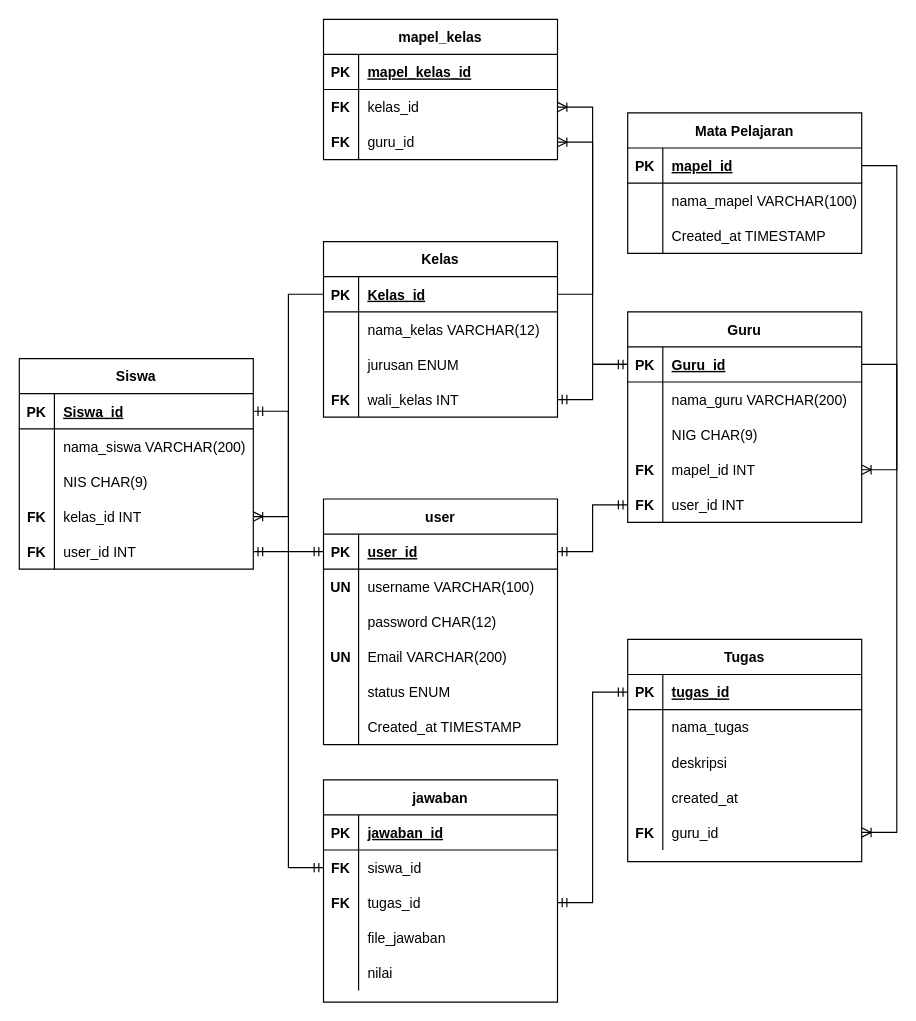
DzakiyDzakwan/Tugas-Besar-Promweb keeps this draw.io diagram as Database/proyek1dbdesign.drawio. Above is the earlier version. Source tidied: cells renumbered, new cells numbered last; positions are measured from the earlier drawing's top-left corner, leaving out a move shared by most shapes. Both pictures are drawn from the tidied source at 117%, with x=0, y=0 at pixel (19, 19).
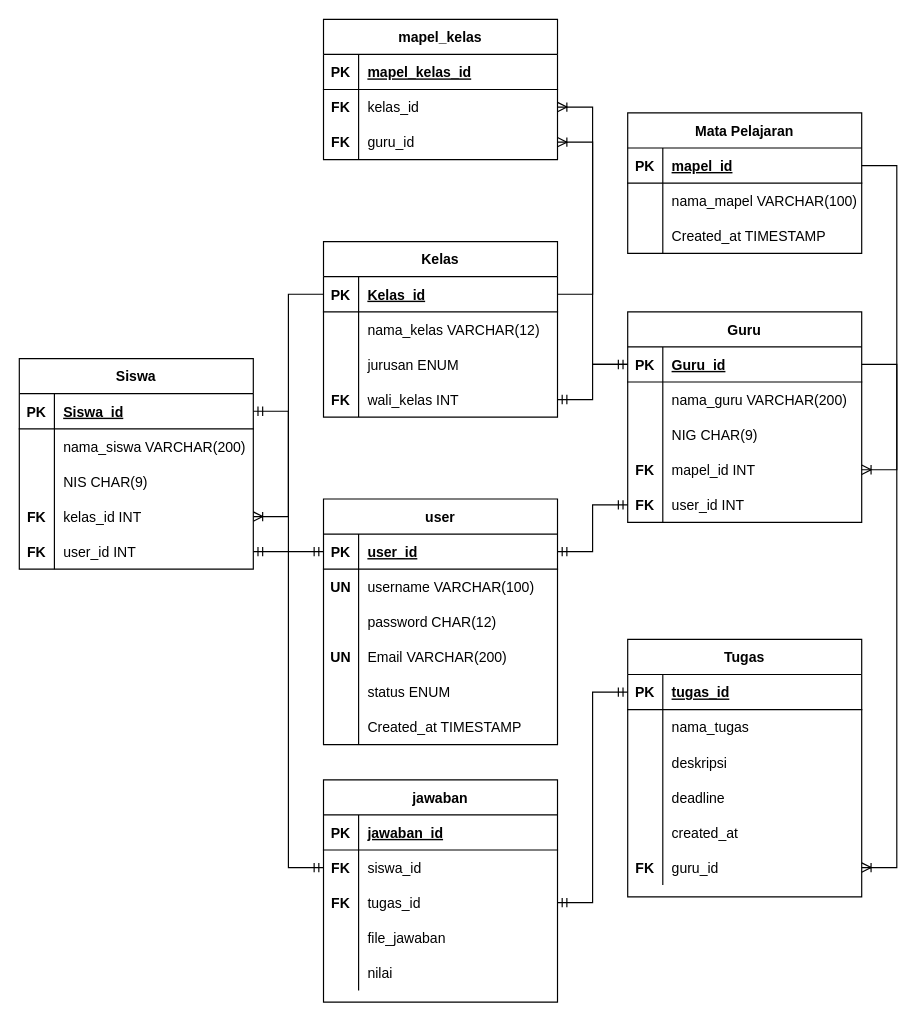
The same page after the edit.

What changed in the source:
```diff
@@
     <mxCell id="93" value="Tugas" style="shape=table;startSize=30;childLayout=tableLayout;rowLines=0;fontStyle=1;align=center;" parent="1" vertex="1">
-      <mxGeometry x="520" y="530" width="200" height="190" as="geometry" />
+      <mxGeometry x="520" y="530" width="200" height="220" as="geometry" />
     </mxCell>
@@
+    <mxCell id="128" style="shape=partialRectangle;fillColor=none;top=0;left=0;bottom=0;right=0;" parent="93" vertex="1">
+      <mxGeometry y="120" width="200" height="30" as="geometry" />
+    </mxCell>
+    <mxCell id="129" style="shape=partialRectangle;fillColor=none;top=0;left=0;bottom=0;right=0;overflow=hidden;" parent="128" vertex="1">
+      <mxGeometry width="30" height="30" as="geometry" />
+    </mxCell>
+    <mxCell id="130" value="deadline" style="shape=partialRectangle;fillColor=none;top=0;left=0;bottom=0;right=0;align=left;spacingLeft=6;overflow=hidden;" parent="128" vertex="1">
+      <mxGeometry x="30" width="170" height="30" as="geometry" />
+    </mxCell>
     <mxCell id="103" style="shape=partialRectangle;fillColor=none;top=0;left=0;bottom=0;right=0;" parent="93" vertex="1">
-      <mxGeometry y="120" width="200" height="30" as="geometry" />
+      <mxGeometry y="150" width="200" height="30" as="geometry" />
     </mxCell>
@@
     <mxCell id="106" style="shape=partialRectangle;fillColor=none;top=0;left=0;bottom=0;right=0;points=[[0,0.5],[1,0.5]];portConstraint=eastwest;" parent="93" vertex="1">
-      <mxGeometry y="150" width="200" height="30" as="geometry" />
+      <mxGeometry y="180" width="200" height="30" as="geometry" />
     </mxCell>
```
